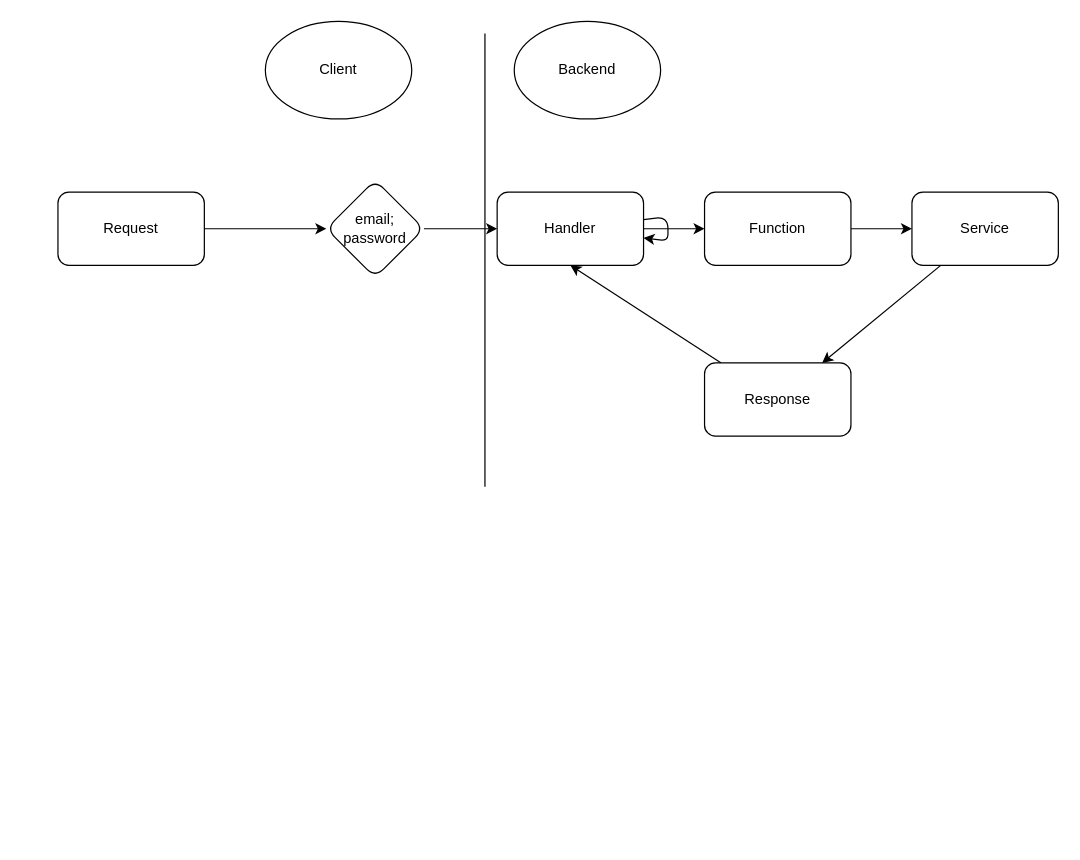
Before: dock_app_backend/auth.drawio in Durotann/DocApp, a draw.io diagram. Source tidied: cells renumbered, new cells numbered last; positions are measured from the earlier drawing's top-left corner, leaving out a move shared by most shapes. Both pictures are drawn from the tidied source at 122%, with x=0, y=0 at pixel (57, 21).
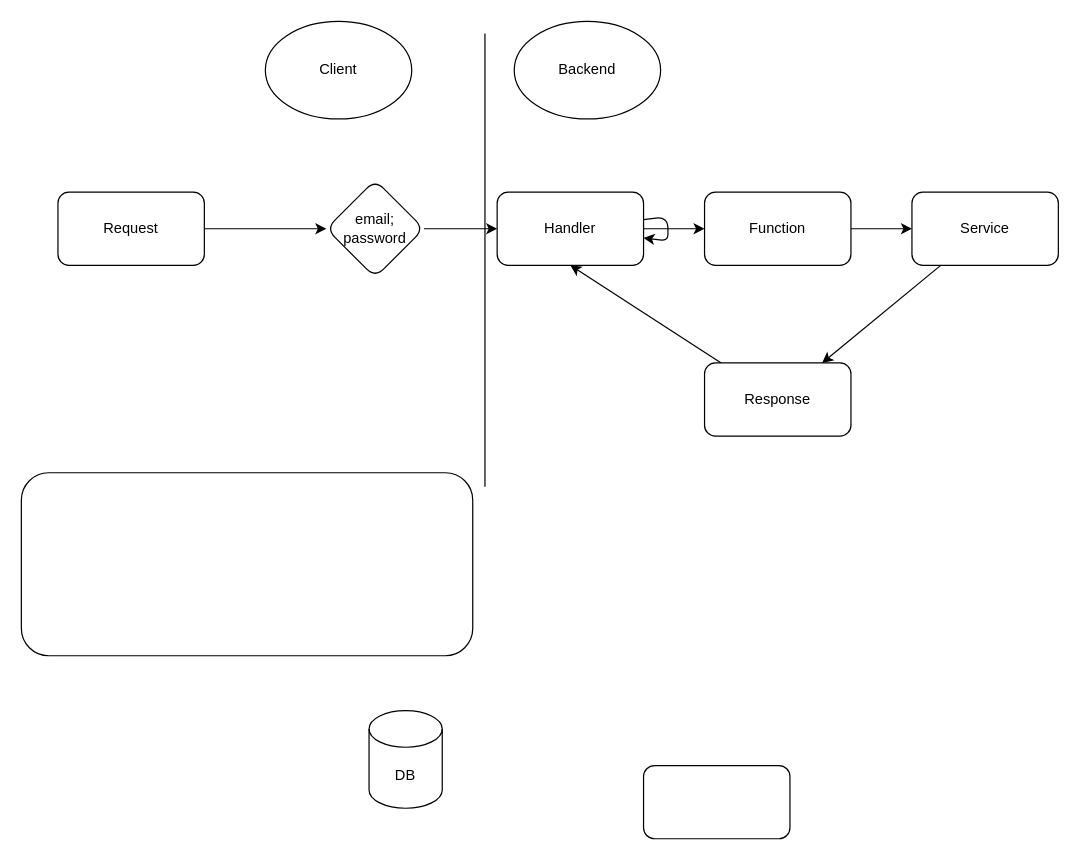
After the change.

The edit, as a diff of the source:
```diff
@@
+    <mxCell id="18" value="DB" style="shape=cylinder3;whiteSpace=wrap;html=1;boundedLbl=1;backgroundOutline=1;size=15;" parent="1" vertex="1">
+      <mxGeometry x="255" y="565" width="60" height="80" as="geometry" />
+    </mxCell>
+    <mxCell id="19" style="rounded=1;whiteSpace=wrap;html=1;" parent="1" vertex="1">
+      <mxGeometry x="-30" y="370" width="370" height="150" as="geometry" />
+    </mxCell>
+    <mxCell id="20" style="rounded=1;whiteSpace=wrap;html=1;" parent="1" vertex="1">
+      <mxGeometry x="480" y="610" width="120" height="60" as="geometry" />
+    </mxCell>
```
